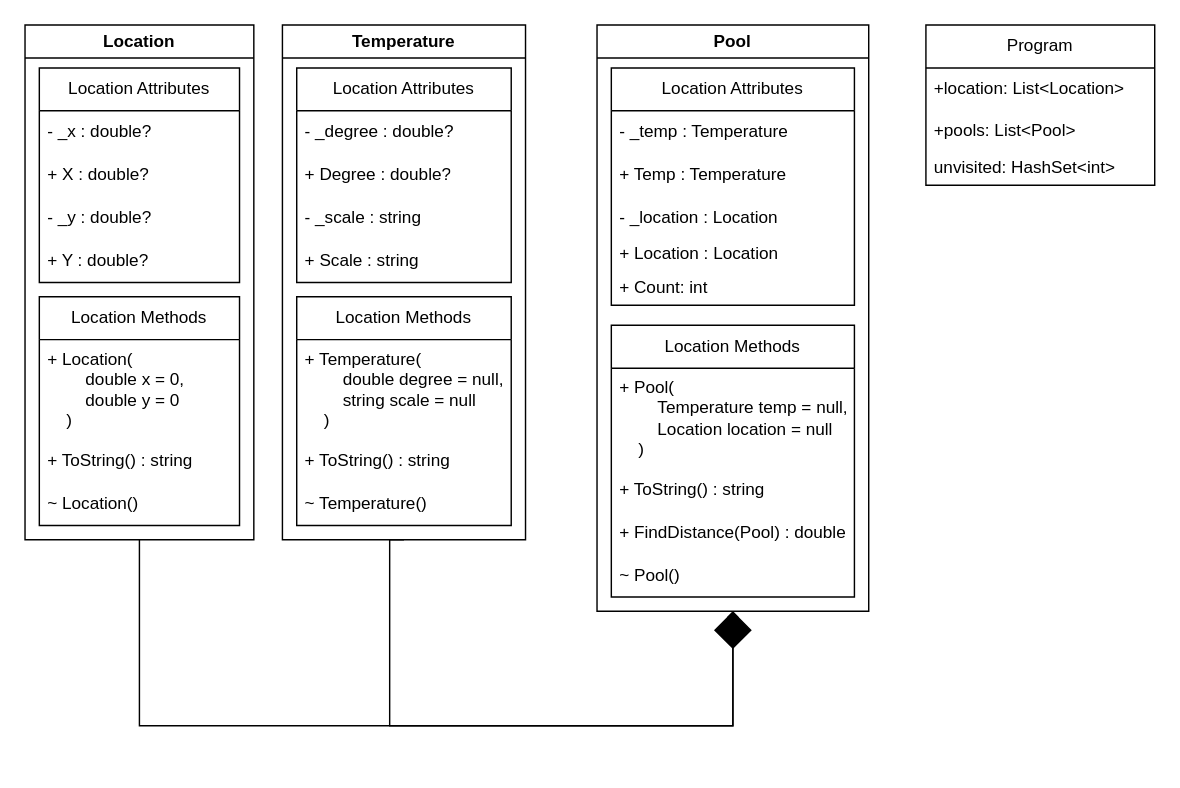
pixelatedknight27/ECE2310FinalProject keeps this draw.io diagram as FinalUML.drawio. Above is the earlier version. Source tidied: cells renumbered, new cells numbered last; positions are measured from the earlier drawing's top-left corner, leaving out a move shared by most shapes. Both pictures are drawn from the tidied source at 143%, with x=0, y=0 at pixel (24, 24).
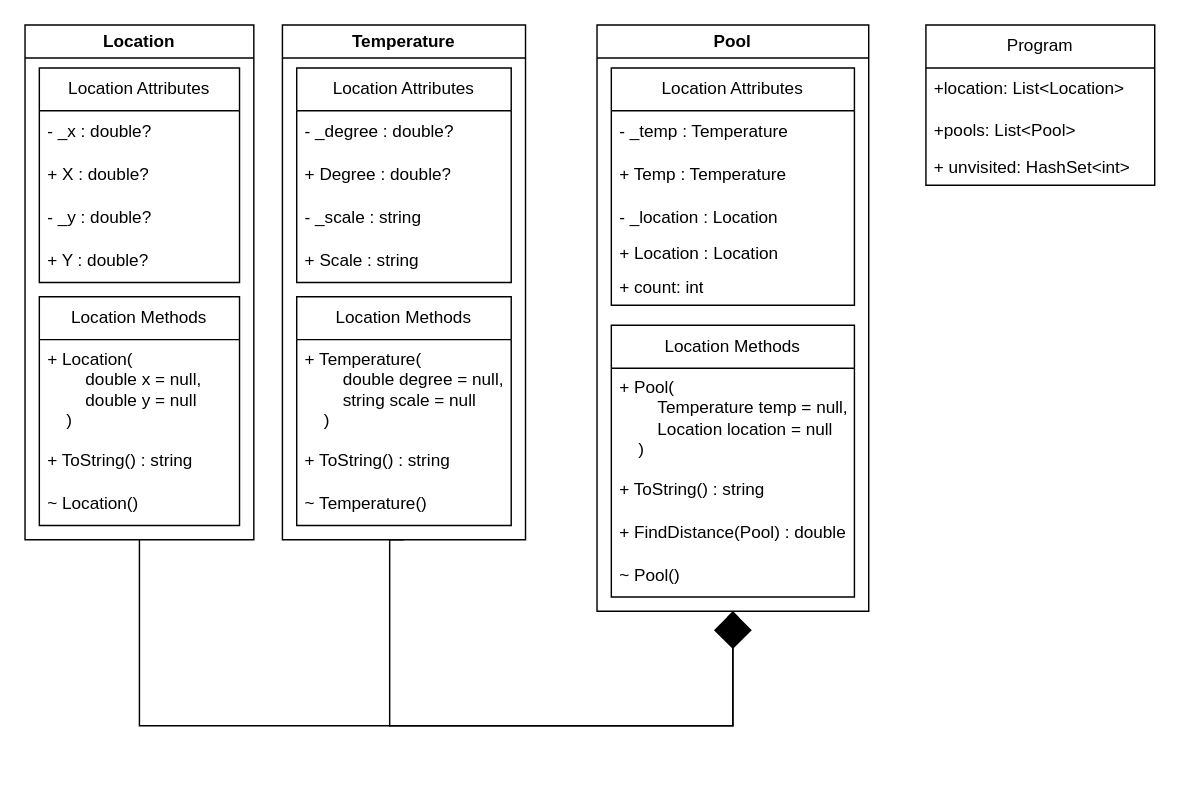
The same page after the edit.

Commit message (it also covers changes not shown here):
UML Finalized and UML PNG added

The change refers to these unchanged cells:
```xml
<mxCell id="8" value="Location Methods" style="swimlane;fontStyle=0;horizontal=1;startSize=30;whiteSpace=wrap;html=1;fillColor=none;" parent="2" vertex="1">
  <mxGeometry x="10" y="190" width="140" height="160" as="geometry" />
</mxCell>
<mxCell id="24" value="Location Attributes" style="swimlane;fontStyle=0;horizontal=1;startSize=30;whiteSpace=wrap;html=1;fillColor=none;" parent="23" vertex="1">
  <mxGeometry x="10" y="30" width="170" height="166" as="geometry" />
</mxCell>
<mxCell id="35" value="Program" style="swimlane;fontStyle=0;horizontal=1;startSize=30;whiteSpace=wrap;html=1;fillColor=none;" parent="1" vertex="1">
  <mxGeometry x="630" width="160" height="112" as="geometry" />
</mxCell>
```

The edit, as a diff of the source:
```diff
@@
-    <mxCell id="9" value="+ Location(&lt;div&gt;&lt;span style=&quot;white-space: pre;&quot;&gt;&#9;&lt;/span&gt;double x = 0,&lt;/div&gt;&lt;div&gt;&lt;span style=&quot;white-space: pre;&quot;&gt;&#9;&lt;/span&gt;double y = 0&lt;/div&gt;&lt;div&gt;&lt;span style=&quot;background-color: initial;&quot;&gt;&amp;nbsp; &amp;nbsp; )&lt;/span&gt;&lt;/div&gt;" style="text;strokeColor=none;fillColor=none;align=left;verticalAlign=middle;spacingLeft=4;spacingRight=4;overflow=hidden;whiteSpace=wrap;html=1;" parent="8" vertex="1">
+    <mxCell id="9" value="+ Location(&lt;div&gt;&lt;span style=&quot;white-space: pre;&quot;&gt;&#9;&lt;/span&gt;double x = null,&lt;/div&gt;&lt;div&gt;&lt;span style=&quot;white-space: pre;&quot;&gt;&#9;&lt;/span&gt;double y = null&lt;/div&gt;&lt;div&gt;&lt;span style=&quot;background-color: initial;&quot;&gt;&amp;nbsp; &amp;nbsp; )&lt;/span&gt;&lt;/div&gt;" style="text;strokeColor=none;fillColor=none;align=left;verticalAlign=middle;spacingLeft=4;spacingRight=4;overflow=hidden;whiteSpace=wrap;html=1;" parent="8" vertex="1">
       <mxGeometry y="30" width="140" height="70" as="geometry" />
     </mxCell>
@@
-    <mxCell id="29" value="+ Count: int" style="text;strokeColor=none;fillColor=none;align=left;verticalAlign=top;spacingLeft=4;spacingRight=4;overflow=hidden;whiteSpace=wrap;html=1;" parent="24" vertex="1">
+    <mxCell id="29" value="+ count: int" style="text;strokeColor=none;fillColor=none;align=left;verticalAlign=top;spacingLeft=4;spacingRight=4;overflow=hidden;whiteSpace=wrap;html=1;" parent="24" vertex="1">
       <mxGeometry y="140" width="170" height="26" as="geometry" />
     </mxCell>
@@
-    <mxCell id="38" value="unvisited: HashSet&amp;lt;int&amp;gt;" style="text;strokeColor=none;fillColor=none;align=left;verticalAlign=top;spacingLeft=4;spacingRight=4;overflow=hidden;whiteSpace=wrap;html=1;" parent="35" vertex="1">
+    <mxCell id="38" value="+ unvisited: HashSet&amp;lt;int&amp;gt;" style="text;strokeColor=none;fillColor=none;align=left;verticalAlign=top;spacingLeft=4;spacingRight=4;overflow=hidden;whiteSpace=wrap;html=1;" parent="35" vertex="1">
       <mxGeometry y="86" width="160" height="26" as="geometry" />
     </mxCell>
```
